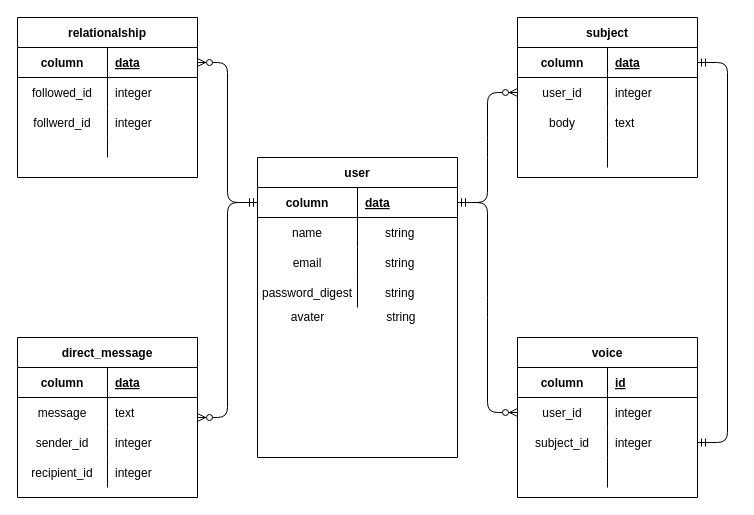
This is voicecloud.drawio from kazuya-minei/Voice_Cloud, a draw.io file, before an edit. Source tidied: cells renumbered, new cells numbered last; positions are measured from the earlier drawing's top-left corner, leaving out a move shared by most shapes. Both pictures are drawn from the tidied source at 100%, with x=0, y=0 at pixel (17, 17).
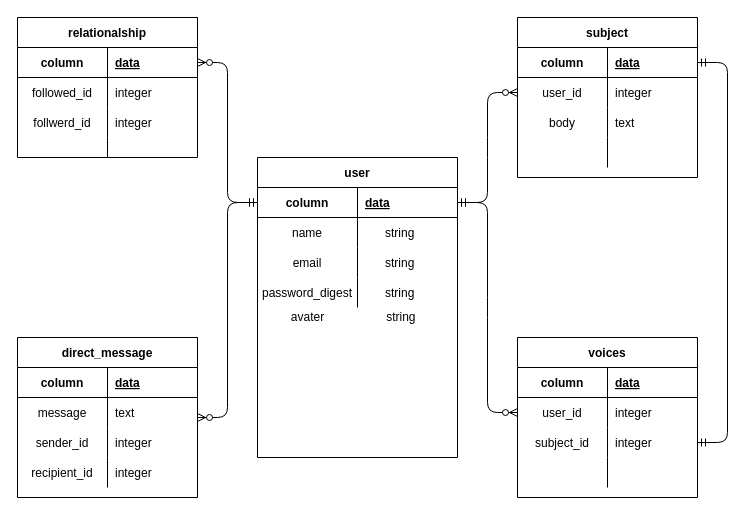
After the change.

Unchanged cells that the change refers to:
```xml
<mxCell id="16" style="shape=partialRectangle;fillColor=none;top=0;left=0;bottom=1;right=0;" parent="15" vertex="1">
  <mxGeometry y="30" width="180" height="30" as="geometry" />
</mxCell>
```

Diff of the diagram source:
```diff
@@
-    <mxCell id="15" value="voice" style="shape=table;startSize=30;childLayout=tableLayout;rowLines=0;fontStyle=1;align=center;" parent="1" vertex="1">
+    <mxCell id="15" value="voices" style="shape=table;startSize=30;childLayout=tableLayout;rowLines=0;fontStyle=1;align=center;" parent="1" vertex="1">
       <mxGeometry x="500" y="320" width="180" height="160" as="geometry" />
     </mxCell>
@@
-    <mxCell id="18" value="id" style="shape=partialRectangle;fillColor=none;top=0;left=0;bottom=0;right=0;align=left;spacingLeft=6;fontStyle=5;overflow=hidden;" parent="16" vertex="1">
+    <mxCell id="18" value="data" style="shape=partialRectangle;fillColor=none;top=0;left=0;bottom=0;right=0;align=left;spacingLeft=6;fontStyle=5;overflow=hidden;" parent="16" vertex="1">
       <mxGeometry x="90" width="90" height="30" as="geometry" />
     </mxCell>
@@
     <mxCell id="44" value="relationalship" style="shape=table;startSize=30;childLayout=tableLayout;rowLines=0;fontStyle=1;align=center;" parent="1" vertex="1">
-      <mxGeometry width="180" height="160" as="geometry" />
+      <mxGeometry width="180" height="140" as="geometry" />
     </mxCell>
```
